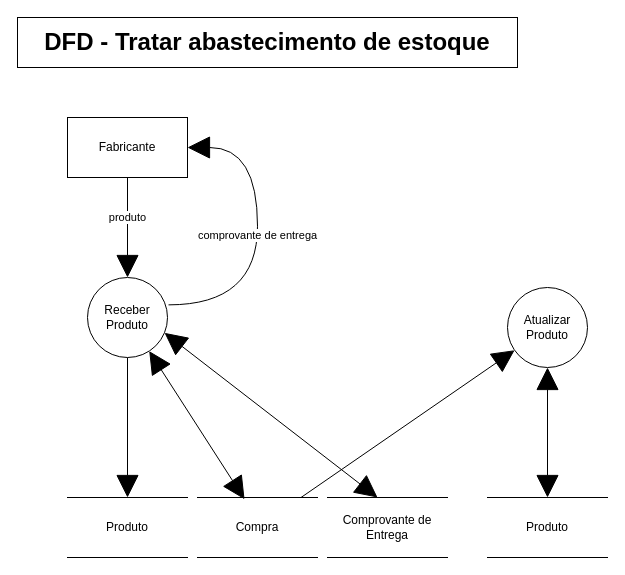
Earlier version of the draw.io diagram Documentation/Arquivos Editaveis/DFD Tratar abastecimento de estoque.drawio (Systematicos/FindingApp). Source tidied: cells renumbered, new cells numbered last; positions are measured from the earlier drawing's top-left corner, leaving out a move shared by most shapes. Both pictures are drawn from the tidied source at 100%, with x=0, y=0 at pixel (17, 17).
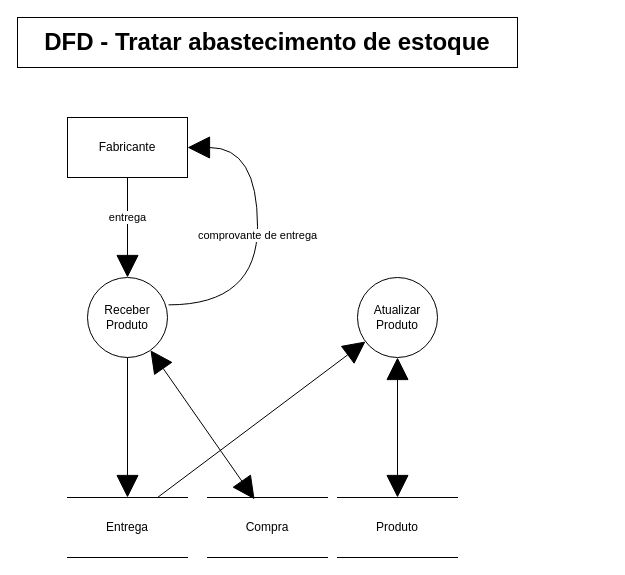
After the change.

Diff of the diagram source:
```diff
@@
 <mxGraphModel>
   <root>
     <mxCell id="0" />
     <mxCell id="1" parent="0" />
     <mxCell id="2" value="&lt;span style=&quot;font-size: 24px ; font-weight: 700&quot;&gt;DFD - Tratar abastecimento de estoque&lt;/span&gt;" style="rounded=0;whiteSpace=wrap;html=1;" parent="1" vertex="1">
       <mxGeometry width="500" height="50" as="geometry" />
     </mxCell>
-    <mxCell id="3" value="Produto" style="shape=partialRectangle;whiteSpace=wrap;html=1;left=0;right=0;fillColor=none;" parent="1" vertex="1">
+    <mxCell id="3" value="Entrega" style="shape=partialRectangle;whiteSpace=wrap;html=1;left=0;right=0;fillColor=none;" parent="1" vertex="1">
       <mxGeometry x="50" y="480" width="120" height="60" as="geometry" />
     </mxCell>
-    <mxCell id="4" value="produto" style="edgeStyle=orthogonalEdgeStyle;rounded=0;jettySize=auto;html=1;entryX=0.5;entryY=0;entryDx=0;entryDy=0;endArrow=block;endFill=1;endSize=20;" parent="1" edge="1" source="5" target="10">
+    <mxCell id="4" value="entrega" style="edgeStyle=orthogonalEdgeStyle;rounded=0;jettySize=auto;html=1;entryX=0.5;entryY=0;entryDx=0;entryDy=0;endArrow=block;endFill=1;endSize=20;" parent="1" edge="1" source="5" target="10">
       <mxGeometry x="-0.2" relative="1" as="geometry" />
     </mxCell>
     <mxCell id="5" value="Fabricante" style="rounded=0;whiteSpace=wrap;html=1;" parent="1" vertex="1">
       <mxGeometry x="50" y="100" width="120" height="60" as="geometry" />
     </mxCell>
     <mxCell id="6" style="edgeStyle=orthogonalEdgeStyle;rounded=0;jettySize=auto;html=1;entryX=0.5;entryY=0;entryDx=0;entryDy=0;endArrow=block;endFill=1;endSize=20;startArrow=none;startFill=0;startSize=20;" parent="1" edge="1" source="10" target="3">
       <mxGeometry relative="1" as="geometry" />
     </mxCell>
     <mxCell id="7" style="rounded=0;jettySize=auto;html=1;entryX=0.392;entryY=0.03;entryDx=0;entryDy=0;entryPerimeter=0;startArrow=block;startFill=1;startSize=20;endArrow=block;endFill=1;endSize=20;" parent="1" edge="1" source="10" target="11">
       <mxGeometry relative="1" as="geometry" />
     </mxCell>
     <mxCell id="8" value="comprovante de entrega" style="edgeStyle=orthogonalEdgeStyle;rounded=0;jettySize=auto;html=1;entryX=1;entryY=0.5;entryDx=0;entryDy=0;startArrow=none;startFill=0;startSize=20;endArrow=block;endFill=1;endSize=20;curved=1;exitX=1.013;exitY=0.342;exitDx=0;exitDy=0;exitPerimeter=0;" parent="1" edge="1" source="10" target="5">
       <mxGeometry relative="1" as="geometry">
         <Array as="points">
           <mxPoint x="240" y="287" />
           <mxPoint x="240" y="130" />
         </Array>
       </mxGeometry>
     </mxCell>
-    <mxCell id="9" style="rounded=0;jettySize=auto;html=1;entryX=0.417;entryY=0;entryDx=0;entryDy=0;entryPerimeter=0;startArrow=block;startFill=1;startSize=20;endArrow=block;endFill=1;endSize=20;exitX=0.963;exitY=0.692;exitDx=0;exitDy=0;exitPerimeter=0;" parent="1" edge="1" source="10" target="12">
-      <mxGeometry relative="1" as="geometry" />
-    </mxCell>
     <mxCell id="10" value="Receber Produto" style="ellipse;whiteSpace=wrap;html=1;" parent="1" vertex="1">
       <mxGeometry x="70" y="260" width="80" height="80" as="geometry" />
     </mxCell>
     <mxCell id="11" value="Compra" style="shape=partialRectangle;whiteSpace=wrap;html=1;left=0;right=0;fillColor=none;" parent="1" vertex="1">
-      <mxGeometry x="180" y="480" width="120" height="60" as="geometry" />
+      <mxGeometry x="190" y="480" width="120" height="60" as="geometry" />
     </mxCell>
-    <mxCell id="12" value="Comprovante de&lt;br&gt;Entrega" style="shape=partialRectangle;whiteSpace=wrap;html=1;left=0;right=0;fillColor=none;" parent="1" vertex="1">
-      <mxGeometry x="310" y="480" width="120" height="60" as="geometry" />
-    </mxCell>
     <mxCell id="13" style="edgeStyle=orthogonalEdgeStyle;rounded=0;jettySize=auto;html=1;entryX=0.5;entryY=0;entryDx=0;entryDy=0;endArrow=block;endFill=1;endSize=20;startSize=20;startArrow=block;startFill=1;" parent="1" edge="1" source="15" target="16">
       <mxGeometry relative="1" as="geometry" />
     </mxCell>
-    <mxCell id="14" style="edgeStyle=none;rounded=0;jettySize=auto;html=1;startArrow=block;startFill=1;startSize=20;endArrow=none;endFill=0;endSize=20;" parent="1" edge="1" source="15" target="11">
+    <mxCell id="14" style="edgeStyle=none;rounded=0;jettySize=auto;html=1;startArrow=block;startFill=1;startSize=20;endArrow=none;endFill=0;endSize=20;entryX=0.75;entryY=0;entryDx=0;entryDy=0;" parent="1" edge="1" source="15" target="3">
       <mxGeometry relative="1" as="geometry" />
     </mxCell>
     <mxCell id="15" value="Atualizar Produto" style="ellipse;whiteSpace=wrap;html=1;" parent="1" vertex="1">
-      <mxGeometry x="490" y="270" width="80" height="80" as="geometry" />
+      <mxGeometry x="340" y="260" width="80" height="80" as="geometry" />
     </mxCell>
     <mxCell id="16" value="Produto" style="shape=partialRectangle;whiteSpace=wrap;html=1;left=0;right=0;fillColor=none;" parent="1" vertex="1">
-      <mxGeometry x="470" y="480" width="120" height="60" as="geometry" />
+      <mxGeometry x="320" y="480" width="120" height="60" as="geometry" />
     </mxCell>
   </root>
 </mxGraphModel>
```
